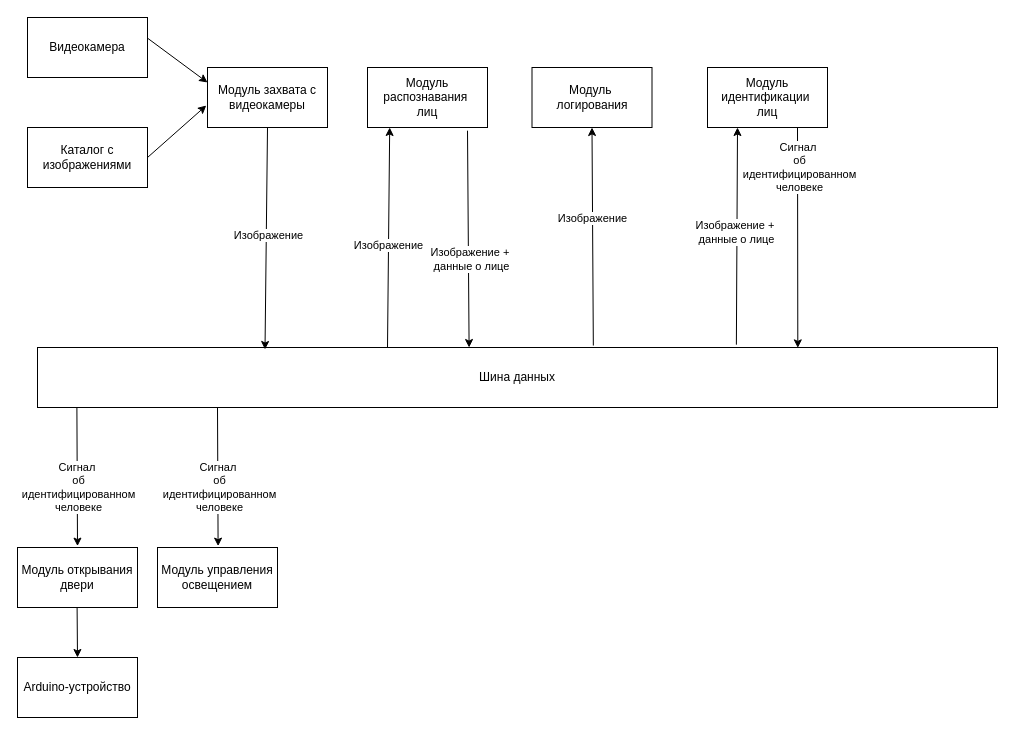
Before: data/diagrams/face_detection_system_structure.drawio in InteroperGit/rylovo_automation, a draw.io diagram. Source tidied: cells renumbered, new cells numbered last; positions are measured from the earlier drawing's top-left corner, leaving out a move shared by most shapes. Both pictures are drawn from the tidied source at 100%, with x=0, y=0 at pixel (17, 17).
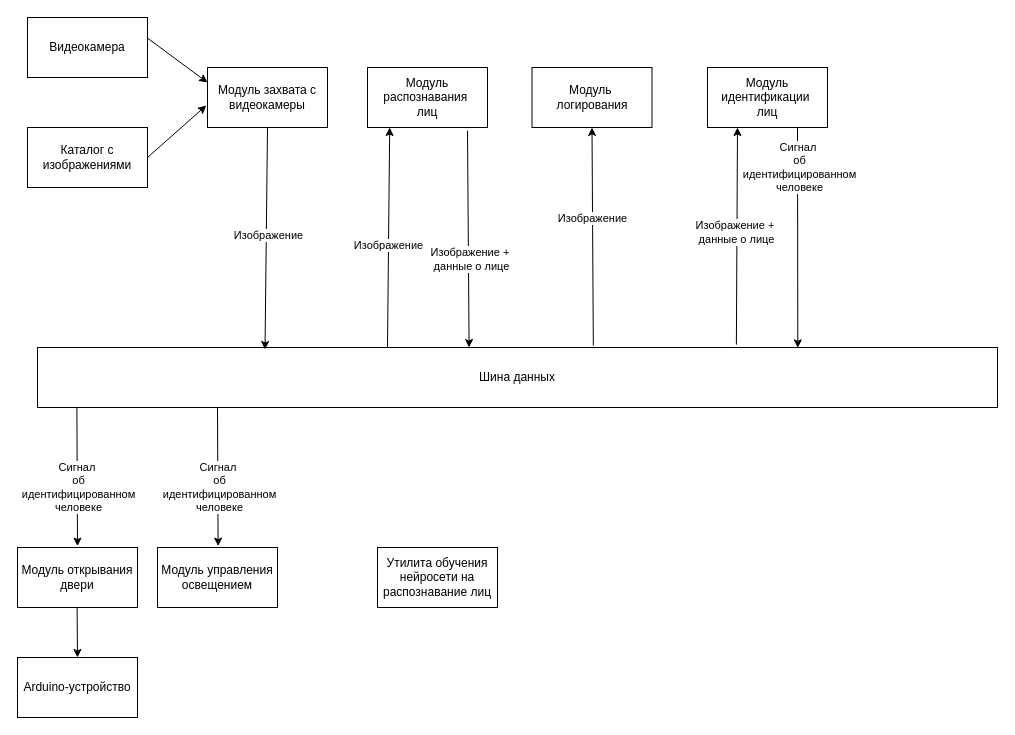
The same page after the edit.

Commit message:
[Feature] Face detection system structure improved

Change to the diagram source:
```diff
@@
+    <mxCell id="31" value="Утилита обучения нейросети на распознавание лиц" style="rounded=0;whiteSpace=wrap;html=1;" parent="1" vertex="1">
+      <mxGeometry x="360" y="530" width="120" height="60" as="geometry" />
+    </mxCell>
```
